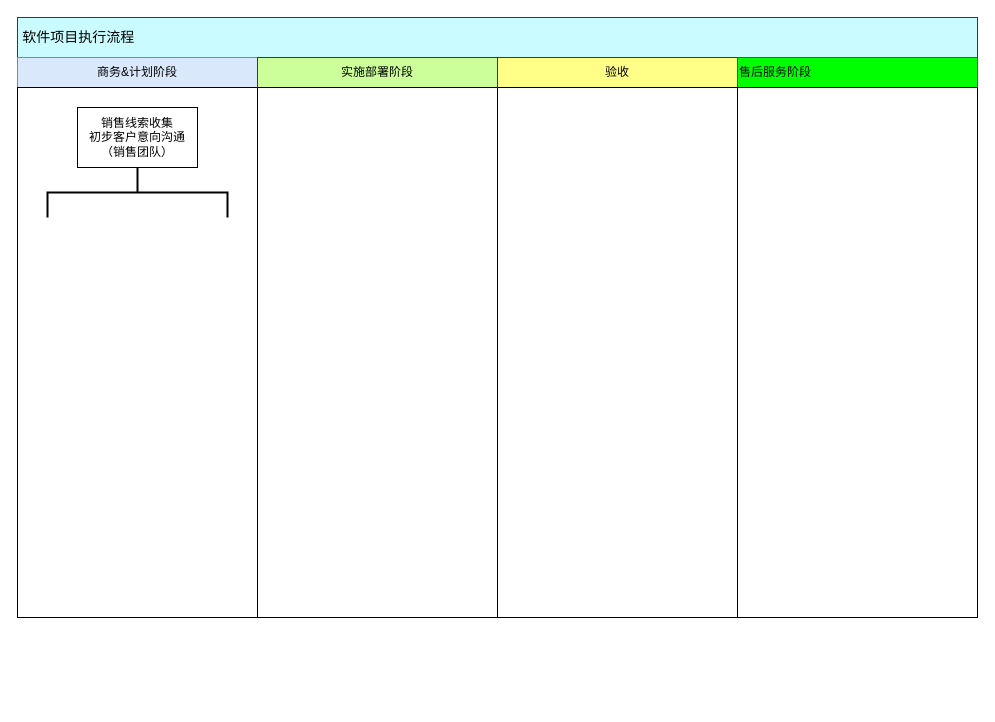
Earlier version of the draw.io diagram 未命名绘图.drawio (pingxinerlun/Demo). Source tidied: cells renumbered, new cells numbered last; positions are measured from the earlier drawing's top-left corner, leaving out a move shared by most shapes. Both pictures are drawn from the tidied source at 100%, with x=0, y=0 at pixel (17, 17).
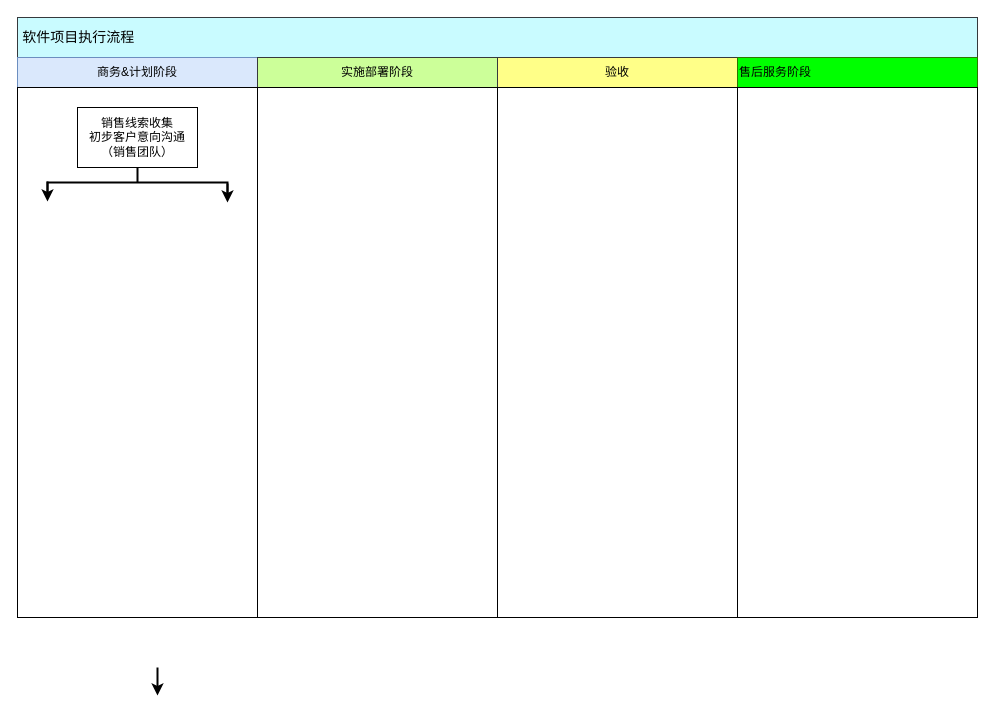
After the change.

Diff of the diagram source:
```diff
@@
 <mxGraphModel>
   <root>
     <mxCell id="0" />
     <mxCell id="1" parent="0" />
     <mxCell id="2" value="&amp;nbsp;&lt;font style=&quot;font-size: 14px&quot;&gt;软件项目执行流程&lt;/font&gt;" style="rounded=0;whiteSpace=wrap;html=1;strokeColor=#36393d;fillColor=#C9FBFF;align=left;" parent="1" vertex="1">
       <mxGeometry width="960" height="40" as="geometry" />
     </mxCell>
     <mxCell id="3" value="商务&amp;amp;计划阶段" style="rounded=0;whiteSpace=wrap;html=1;fillColor=#dae8fc;align=center;strokeColor=#6c8ebf;" parent="1" vertex="1">
       <mxGeometry y="40" width="240" height="30" as="geometry" />
     </mxCell>
     <mxCell id="4" value="实施部署阶段" style="rounded=0;whiteSpace=wrap;html=1;align=center;strokeColor=#36393d;fillColor=#CCFF99;" parent="1" vertex="1">
       <mxGeometry x="240" y="40" width="240" height="30" as="geometry" />
     </mxCell>
     <mxCell id="5" value="验收" style="rounded=0;whiteSpace=wrap;html=1;fillColor=#ffff88;align=center;strokeColor=#36393d;" parent="1" vertex="1">
       <mxGeometry x="480" y="40" width="240" height="30" as="geometry" />
     </mxCell>
     <mxCell id="6" value="&lt;font color=&quot;#000000&quot;&gt;售后服务阶段&lt;/font&gt;" style="rounded=0;whiteSpace=wrap;html=1;align=left;strokeColor=#2D7600;fontColor=#ffffff;fillColor=#00FF00;" parent="1" vertex="1">
       <mxGeometry x="720" y="40" width="240" height="30" as="geometry" />
     </mxCell>
     <mxCell id="7" style="rounded=0;whiteSpace=wrap;html=1;align=left;fillColor=#FFFFFF;" parent="1" vertex="1">
       <mxGeometry y="70" width="240" height="530" as="geometry" />
     </mxCell>
     <mxCell id="8" style="rounded=0;whiteSpace=wrap;html=1;fillColor=#FFFFFF;align=left;" parent="1" vertex="1">
       <mxGeometry x="240" y="70" width="240" height="530" as="geometry" />
     </mxCell>
     <mxCell id="9" style="rounded=0;whiteSpace=wrap;html=1;fillColor=#FFFFFF;align=left;" parent="1" vertex="1">
       <mxGeometry x="480" y="70" width="240" height="530" as="geometry" />
     </mxCell>
     <mxCell id="10" style="rounded=0;whiteSpace=wrap;html=1;fillColor=#FFFFFF;align=left;" parent="1" vertex="1">
       <mxGeometry x="720" y="70" width="240" height="530" as="geometry" />
     </mxCell>
     <mxCell id="11" value="销售线索收集&lt;br&gt;初步客户意向沟通&lt;br&gt;（销售团队）" style="rounded=0;whiteSpace=wrap;html=1;fillColor=#FFFFFF;align=center;" parent="1" vertex="1">
       <mxGeometry x="60" y="90" width="120" height="60" as="geometry" />
     </mxCell>
     <mxCell id="12" style="strokeWidth=2;html=1;shape=mxgraph.flowchart.annotation_2;align=left;labelPosition=right;fillColor=#FFFFFF;direction=south;" parent="1" vertex="1">
-      <mxGeometry x="30" y="150" width="180" height="50" as="geometry" />
+      <mxGeometry x="30" y="150" width="180" height="30" as="geometry" />
     </mxCell>
+    <mxCell id="13" style="endArrow=classic;html=1;endSize=6;strokeWidth=2;" parent="1" edge="1">
+      <mxGeometry relative="1" as="geometry">
+        <mxPoint x="30" y="164" as="sourcePoint" />
+        <mxPoint x="30" y="184" as="targetPoint" />
+      </mxGeometry>
+    </mxCell>
+    <mxCell id="14" style="endArrow=classic;html=1;endSize=6;strokeWidth=2;" parent="1" edge="1">
+      <mxGeometry relative="1" as="geometry">
+        <mxPoint x="210" y="166" as="sourcePoint" />
+        <mxPoint x="210" y="185" as="targetPoint" />
+      </mxGeometry>
+    </mxCell>
+    <mxCell id="15" style="endArrow=classic;html=1;endSize=6;strokeWidth=2;" parent="1" edge="1">
+      <mxGeometry relative="1" as="geometry">
+        <mxPoint x="140" y="650" as="sourcePoint" />
+        <mxPoint x="140" y="678" as="targetPoint" />
+      </mxGeometry>
+    </mxCell>
   </root>
 </mxGraphModel>
```
